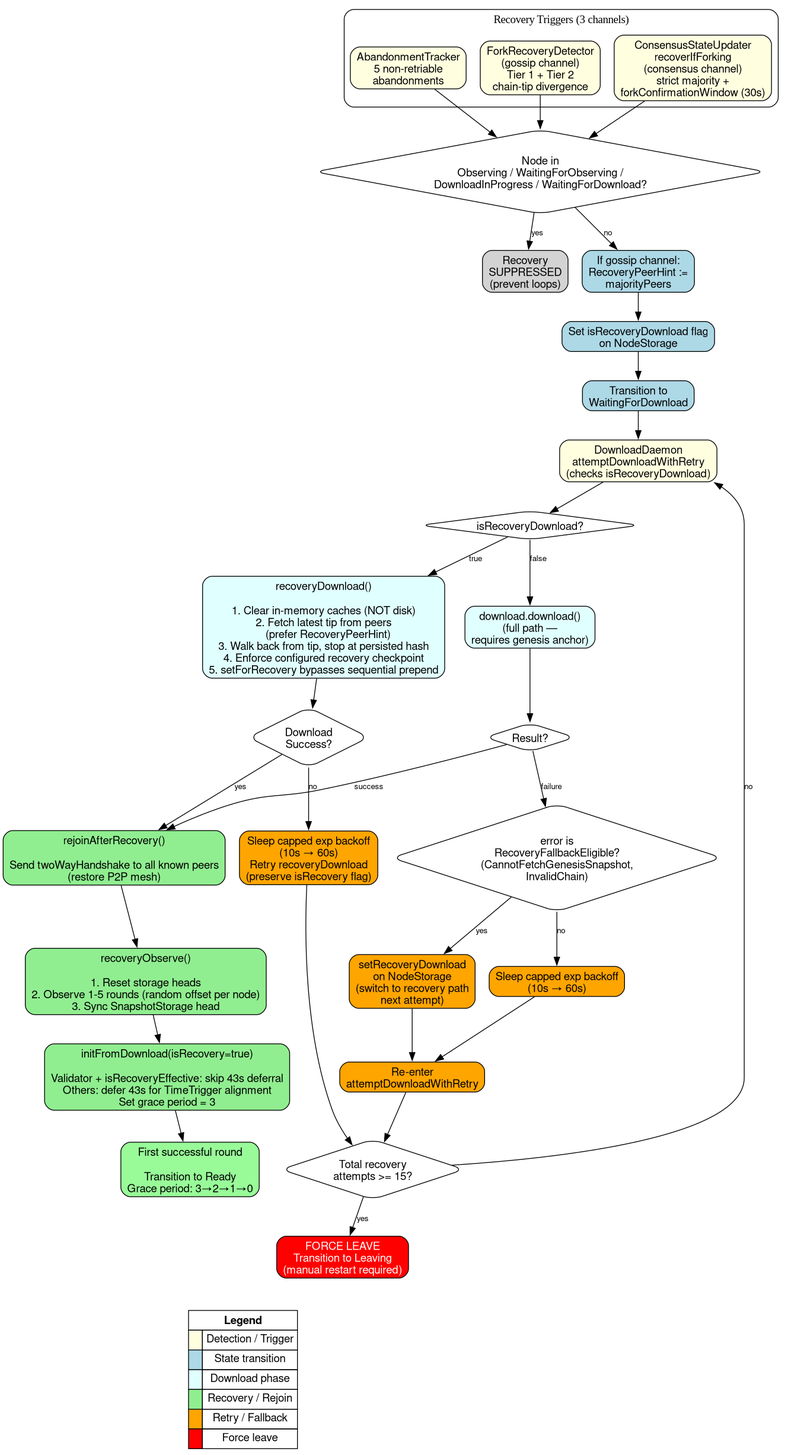
Before: docs/consensus/diagrams/recovery-decision-tree.png, a diagram exported from Graphviz (Constellation-Labs/tessellation). Its source is kept beside it as docs/consensus/diagrams/recovery-decision-tree.dot.
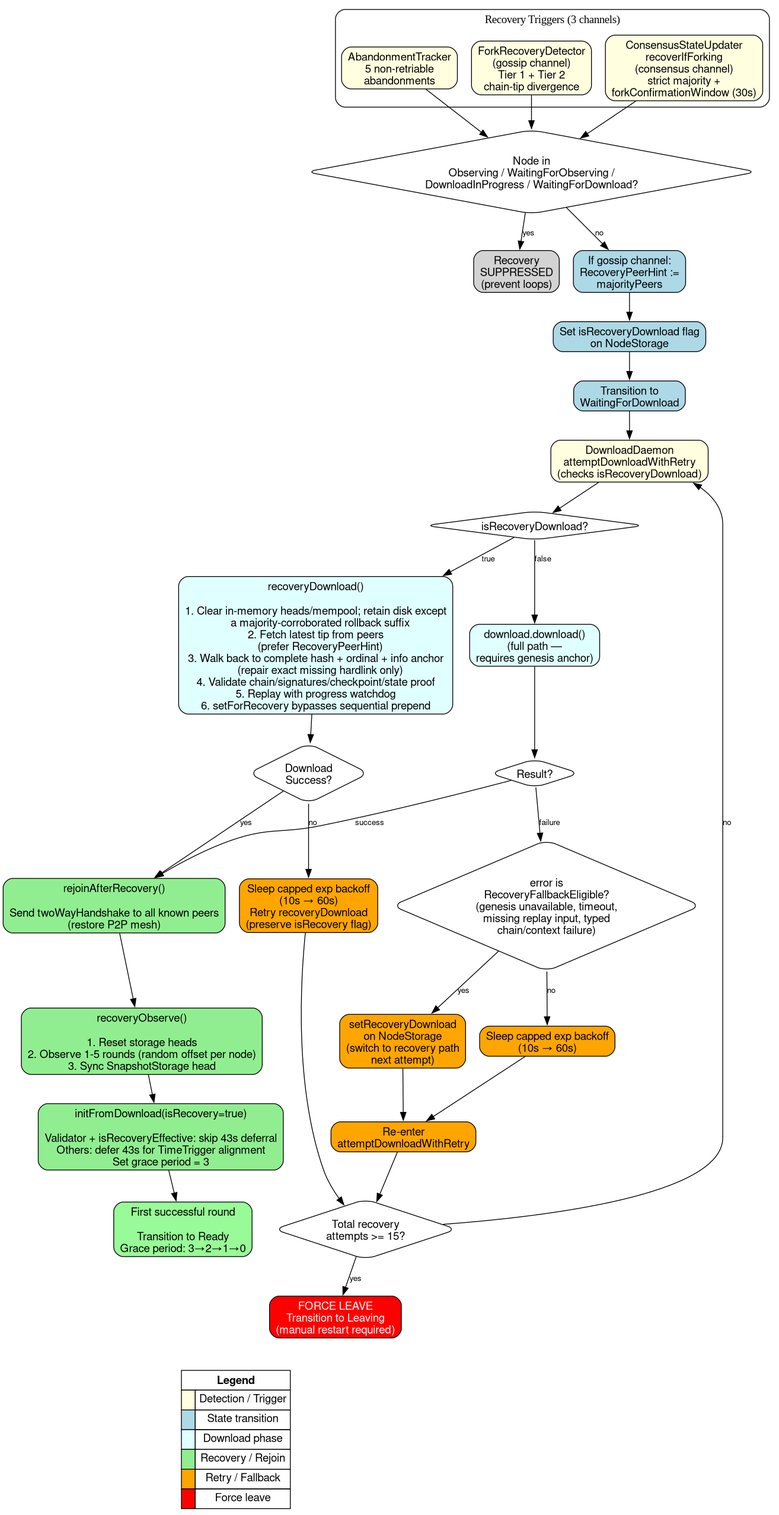
The same diagram one commit later.

What changed in the source:
```diff
@@ -52,7 +52,7 @@
     FullResult -> Rejoin [label="success"];
     FullResult -> FallbackCheck [label="failure"];
 
-    FallbackCheck [shape=diamond, label="error is\nRecoveryFallbackEligible?\n(CannotFetchGenesisSnapshot,\nInvalidChain)"];
+    FallbackCheck [shape=diamond, label="error is\nRecoveryFallbackEligible?\n(genesis unavailable, timeout,\nmissing replay input, typed\nchain/context failure)"];
     FallbackCheck -> SetFallback [label="yes"];
     FallbackCheck -> RetryFull [label="no"];
 
@@ -64,7 +64,7 @@
     Backoff [label="Re-enter\nattemptDownloadWithRetry", style="rounded,filled", fillcolor="orange"];
     Backoff -> CheckTotalAttempts;
 
-    RecoveryDownload [label="recoveryDownload()\n\n1. Clear in-memory caches (NOT disk)\n2. Fetch latest tip from peers\n   (prefer RecoveryPeerHint)\n3. Walk back from tip, stop at persisted hash\n4. Enforce configured recovery checkpoint\n5. setForRecovery bypasses sequential prepend", style="rounded,filled", fillcolor="lightcyan"];
+    RecoveryDownload [label="recoveryDownload()\n\n1. Clear in-memory heads/mempool; retain disk except\n   a majority-corroborated rollback suffix\n2. Fetch latest tip from peers\n   (prefer RecoveryPeerHint)\n3. Walk back to complete hash + ordinal + info anchor\n   (repair exact missing hardlink only)\n4. Validate chain/signatures/checkpoint/state proof\n5. Replay with progress watchdog\n6. setForRecovery bypasses sequential prepend", style="rounded,filled", fillcolor="lightcyan"];
 
     RecoveryDownload -> DownloadResult;
 
```
